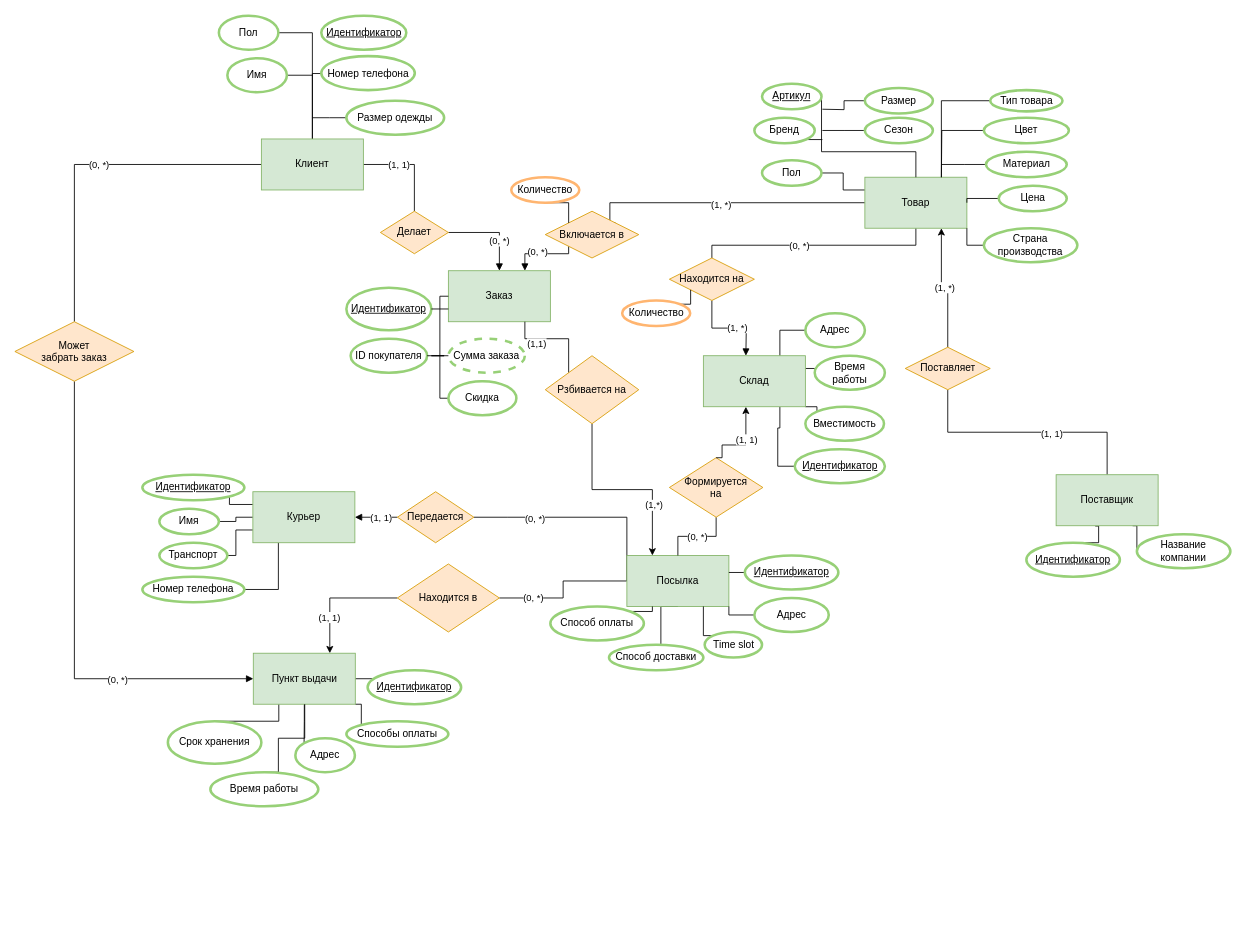
The draw.io diagram er.drawio in sweetd0ve/DBMS-project, before the edit. Source tidied: cells renumbered, new cells numbered last; positions are measured from the earlier drawing's top-left corner, leaving out a move shared by most shapes. Both pictures are drawn from the tidied source at 85%, with x=0, y=0 at pixel (14, 15).
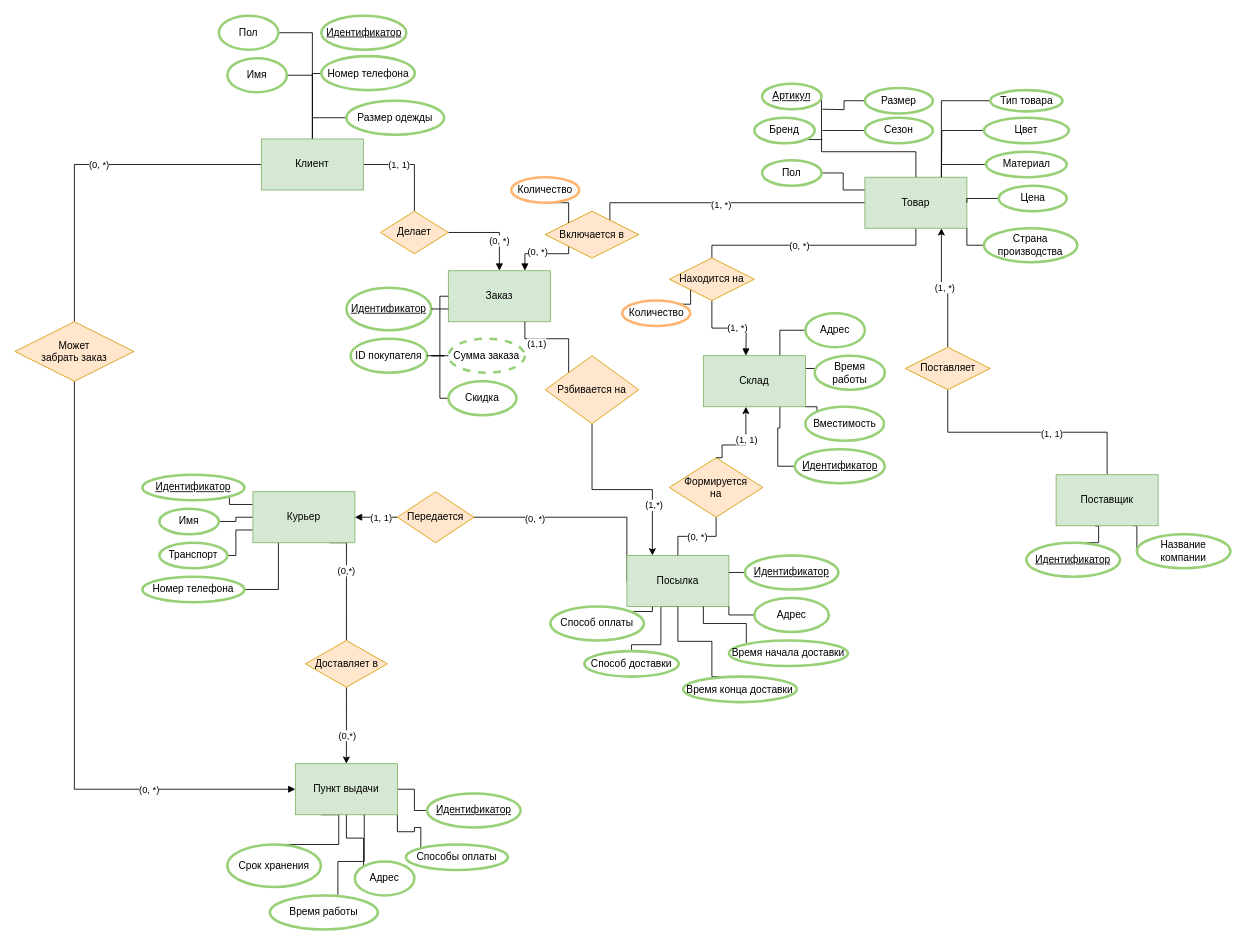
The same page after the edit.

The change refers to these unchanged cells:
```xml
<mxCell id="44" value="Посылка" style="rounded=0;whiteSpace=wrap;html=1;fillColor=#d5e8d4;strokeColor=#82b366;" parent="1" vertex="1">
  <mxGeometry x="720" y="635" width="120" height="60" as="geometry" />
</mxCell>
<mxCell id="53" value="Курьер" style="rounded=0;whiteSpace=wrap;html=1;fillColor=#d5e8d4;strokeColor=#82b366;" parent="1" vertex="1">
  <mxGeometry x="280" y="560" width="120" height="60" as="geometry" />
</mxCell>
```

Diff of the diagram source:
```diff
@@
-    <mxCell id="43" value="(0, *)" style="edgeStyle=orthogonalEdgeStyle;rounded=0;jettySize=auto;html=1;exitX=0;exitY=0.5;exitDx=0;exitDy=0;entryX=1;entryY=0.5;entryDx=0;entryDy=0;startArrow=none;startFill=0;endArrow=none;endFill=0;" parent="1" edge="1" source="44" target="133">
-      <mxGeometry x="0.53" relative="1" as="geometry">
-        <Array as="points">
-          <mxPoint x="645" y="665" />
-          <mxPoint x="645" y="685" />
-        </Array>
-      </mxGeometry>
-    </mxCell>
@@
+    <mxCell id="138" style="edgeStyle=orthogonalEdgeStyle;rounded=0;jettySize=auto;html=1;exitX=0.75;exitY=1;exitDx=0;exitDy=0;entryX=0.5;entryY=0;entryDx=0;entryDy=0;endArrow=none;endFill=0;" parent="1" edge="1" source="53" target="142">
+      <mxGeometry relative="1" as="geometry">
+        <Array as="points">
+          <mxPoint x="390" y="620" />
+        </Array>
+      </mxGeometry>
+    </mxCell>
+    <mxCell id="139" value="(0,*)" style="edgeLabel;html=1;align=center;verticalAlign=middle;" parent="138" vertex="1">
+      <mxGeometry x="-0.21" y="-1" relative="1" as="geometry" />
+    </mxCell>
@@
-    <mxCell id="88" value="Time slot" style="ellipse;whiteSpace=wrap;html=1;strokeColor=#97D077;strokeWidth=3;" parent="1" vertex="1">
-      <mxGeometry x="811.5" y="725" width="67.5" height="30" as="geometry" />
+    <mxCell id="88" value="Время начала доставки" style="ellipse;whiteSpace=wrap;html=1;strokeColor=#97D077;strokeWidth=3;" parent="1" vertex="1">
+      <mxGeometry x="840" y="735" width="140" height="30" as="geometry" />
     </mxCell>
@@
     <mxCell id="95" value="Способ доставки" style="ellipse;whiteSpace=wrap;html=1;strokeColor=#97D077;strokeWidth=3;" parent="1" vertex="1">
-      <mxGeometry x="699" y="740" width="111" height="30" as="geometry" />
+      <mxGeometry x="670" y="747.5" width="111" height="30" as="geometry" />
     </mxCell>
@@
     <mxCell id="99" style="edgeStyle=orthogonalEdgeStyle;rounded=0;jettySize=auto;html=1;exitX=0.25;exitY=1;exitDx=0;exitDy=0;endArrow=none;endFill=0;" parent="1" edge="1" source="100" target="102">
       <mxGeometry relative="1" as="geometry">
         <Array as="points">
-          <mxPoint x="311" y="830" />
+          <mxPoint x="381" y="975" />
         </Array>
       </mxGeometry>
     </mxCell>
     <mxCell id="100" value="Пункт выдачи" style="rounded=0;whiteSpace=wrap;html=1;fillColor=#d5e8d4;strokeColor=#82b366;" parent="1" vertex="1">
-      <mxGeometry x="280.5" y="750" width="120" height="60" as="geometry" />
+      <mxGeometry x="330" y="880" width="120" height="60" as="geometry" />
     </mxCell>
     <mxCell id="101" value="Адрес" style="ellipse;whiteSpace=wrap;html=1;strokeColor=#97D077;strokeWidth=3;" parent="1" vertex="1">
-      <mxGeometry x="330" y="850" width="70" height="40" as="geometry" />
+      <mxGeometry x="400" y="995" width="70" height="40" as="geometry" />
     </mxCell>
     <mxCell id="102" value="Срок хранения" style="ellipse;whiteSpace=wrap;html=1;strokeColor=#97D077;strokeWidth=3;" parent="1" vertex="1">
-      <mxGeometry x="180" y="830" width="110" height="50" as="geometry" />
+      <mxGeometry x="250" y="975" width="110" height="50" as="geometry" />
     </mxCell>
     <mxCell id="103" value="&lt;u&gt;Идентификатор&lt;/u&gt;" style="ellipse;whiteSpace=wrap;html=1;strokeColor=#97D077;strokeWidth=3;" parent="1" vertex="1">
-      <mxGeometry x="415" y="770" width="110" height="40" as="geometry" />
+      <mxGeometry x="485" y="915" width="110" height="40" as="geometry" />
     </mxCell>
     <mxCell id="104" value="Способы оплаты" style="ellipse;whiteSpace=wrap;html=1;strokeColor=#97D077;strokeWidth=3;" parent="1" vertex="1">
-      <mxGeometry x="390" y="830" width="120" height="30" as="geometry" />
+      <mxGeometry x="460" y="975" width="120" height="30" as="geometry" />
     </mxCell>
     <mxCell id="105" style="edgeStyle=orthogonalEdgeStyle;rounded=0;jettySize=auto;html=1;exitX=0.5;exitY=0;exitDx=0;exitDy=0;startArrow=none;startFill=0;endArrow=none;endFill=0;" parent="1" edge="1" source="106" target="100">
       <mxGeometry relative="1" as="geometry">
         <Array as="points">
-          <mxPoint x="310" y="890" />
-          <mxPoint x="310" y="850" />
-          <mxPoint x="341" y="850" />
+          <mxPoint x="380" y="1035" />
+          <mxPoint x="380" y="995" />
+          <mxPoint x="411" y="995" />
         </Array>
       </mxGeometry>
     </mxCell>
     <mxCell id="106" value="Время работы" style="ellipse;whiteSpace=wrap;html=1;strokeColor=#97D077;strokeWidth=3;" parent="1" vertex="1">
-      <mxGeometry x="230" y="890" width="127" height="40" as="geometry" />
+      <mxGeometry x="300" y="1035" width="127" height="40" as="geometry" />
     </mxCell>
@@
-    <mxCell id="131" style="edgeStyle=orthogonalEdgeStyle;rounded=0;jettySize=auto;html=1;exitX=0;exitY=0.5;exitDx=0;exitDy=0;startArrow=none;startFill=0;endArrow=classic;endFill=1;entryX=0.75;entryY=0;entryDx=0;entryDy=0;" parent="1" edge="1" source="133" target="100">
-      <mxGeometry relative="1" as="geometry">
-        <Array as="points">
-          <mxPoint x="371" y="685" />
-        </Array>
-      </mxGeometry>
-    </mxCell>
-    <mxCell id="132" value="(1, 1)" style="edgeLabel;html=1;align=center;verticalAlign=middle;" parent="131" vertex="1">
-      <mxGeometry x="0.1" y="22" relative="1" as="geometry">
-        <mxPoint x="-2" as="offset" />
-      </mxGeometry>
-    </mxCell>
-    <mxCell id="133" value="Находится в" style="rhombus;whiteSpace=wrap;html=1;fillColor=#ffe6cc;strokeColor=#d79b00;" parent="1" vertex="1">
-      <mxGeometry x="450" y="645" width="120" height="80" as="geometry" />
-    </mxCell>
@@
+    <mxCell id="140" style="edgeStyle=orthogonalEdgeStyle;rounded=0;jettySize=auto;html=1;exitX=0.5;exitY=1;exitDx=0;exitDy=0;entryX=0.5;entryY=0;entryDx=0;entryDy=0;" parent="1" edge="1" source="142" target="100">
+      <mxGeometry relative="1" as="geometry" />
+    </mxCell>
+    <mxCell id="141" value="(0,*)" style="edgeLabel;html=1;align=center;verticalAlign=middle;" parent="140" vertex="1">
+      <mxGeometry x="0.27" relative="1" as="geometry" />
+    </mxCell>
+    <mxCell id="142" value="Доставляет в" style="rhombus;whiteSpace=wrap;html=1;fillColor=#ffe6cc;strokeColor=#d79b00;" parent="1" vertex="1">
+      <mxGeometry x="341.8" y="735" width="96.5" height="55" as="geometry" />
+    </mxCell>
+    <mxCell id="143" style="edgeStyle=orthogonalEdgeStyle;rounded=0;jettySize=auto;html=1;exitX=0.5;exitY=0;exitDx=0;exitDy=0;entryX=0.5;entryY=1;entryDx=0;entryDy=0;endArrow=none;endFill=0;" parent="1" edge="1" source="144" target="44">
+      <mxGeometry relative="1" as="geometry">
+        <Array as="points">
+          <mxPoint x="820" y="778" />
+          <mxPoint x="820" y="736" />
+          <mxPoint x="780" y="736" />
+        </Array>
+      </mxGeometry>
+    </mxCell>
+    <mxCell id="144" value="Время конца доставки" style="ellipse;whiteSpace=wrap;html=1;strokeColor=#97D077;strokeWidth=3;" parent="1" vertex="1">
+      <mxGeometry x="786.2" y="777.5" width="133.8" height="30" as="geometry" />
+    </mxCell>
```
